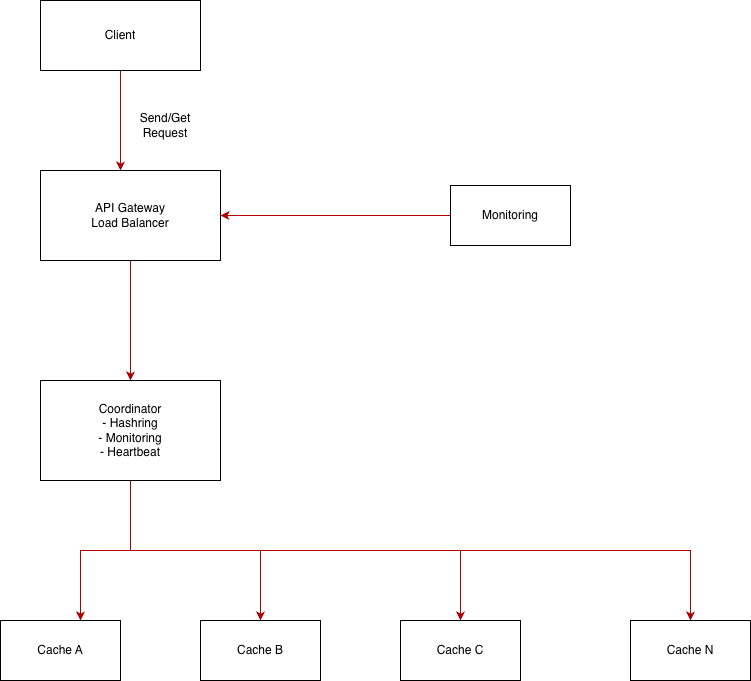
Before: distchace_diagram.png, a diagram exported from draw.io (codersrule/distcache). Source tidied: cells renumbered, new cells last; positions are measured from the earlier drawing's top-left corner, leaving out a move shared by most shapes.
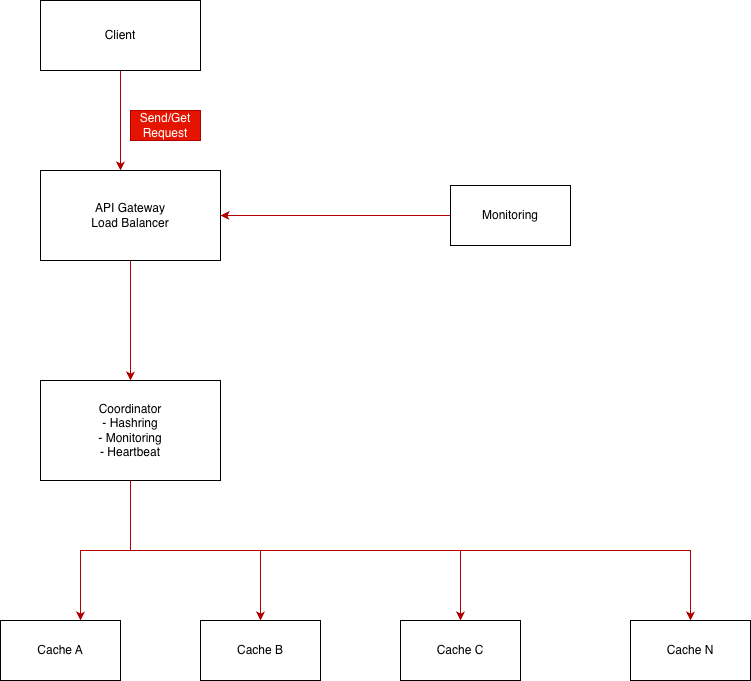
After the commit.

Commit message:
Add initial system architecture design

What changed in the source:
```diff
@@ -62,7 +62,7 @@
     <mxCell id="16" style="edgeStyle=orthogonalEdgeStyle;rounded=0;jettySize=auto;html=1;entryX=0.667;entryY=0;entryDx=0;entryDy=0;entryPerimeter=0;fillColor=#e51400;strokeColor=#B20000;" parent="1" edge="1" source="7" target="10">
       <mxGeometry relative="1" as="geometry" />
     </mxCell>
-    <mxCell id="17" value="Send/Get Request" style="text;html=1;whiteSpace=wrap;strokeColor=none;fillColor=none;align=center;verticalAlign=middle;rounded=0;" parent="1" vertex="1">
+    <mxCell id="17" value="Send/Get Request" style="text;html=1;whiteSpace=wrap;strokeColor=#B20000;fillColor=#e51400;align=center;verticalAlign=middle;rounded=0;fontColor=#ffffff;" parent="1" vertex="1">
       <mxGeometry x="130" y="110" width="70" height="30" as="geometry" />
     </mxCell>
   </root>
```
